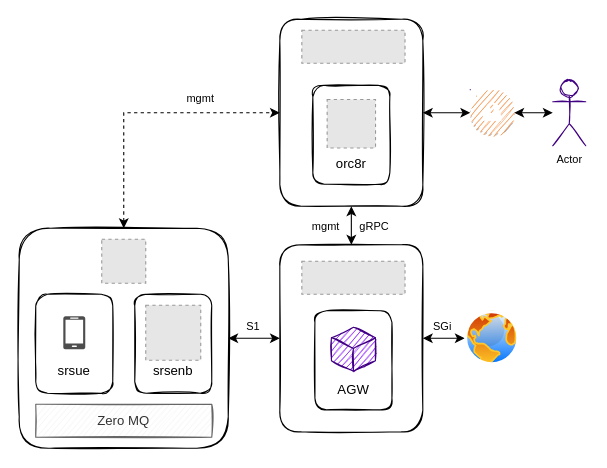
Before: srsLTE_and_Magma_v1.6_simulation.drawio in caprivm/virtualization, a draw.io diagram. Source tidied: cells renumbered, new cells numbered last; positions are measured from the earlier drawing's top-left corner, leaving out a move shared by most shapes. Both pictures are drawn from the tidied source at 110%, with x=0, y=0 at pixel (19, 19). Pictures stored in the file or linked from it are replaced by grey dashed boxes.
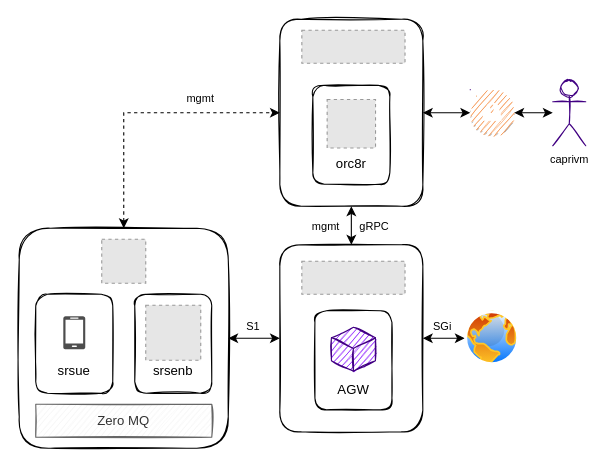
The same diagram, later.

Diff of the diagram source:
```diff
@@
-    <mxCell id="34" value="Actor" style="shape=umlActor;verticalLabelPosition=bottom;verticalAlign=top;html=1;outlineConnect=0;labelBackgroundColor=none;sketch=1;fontSize=10;strokeColor=#410082;fillColor=default;" parent="1" vertex="1">
+    <mxCell id="34" value="caprivm" style="shape=umlActor;verticalLabelPosition=bottom;verticalAlign=top;html=1;outlineConnect=0;labelBackgroundColor=none;sketch=1;fontSize=10;strokeColor=#410082;fillColor=default;" parent="1" vertex="1">
       <mxGeometry x="485" y="55" width="30" height="60" as="geometry" />
     </mxCell>
```
